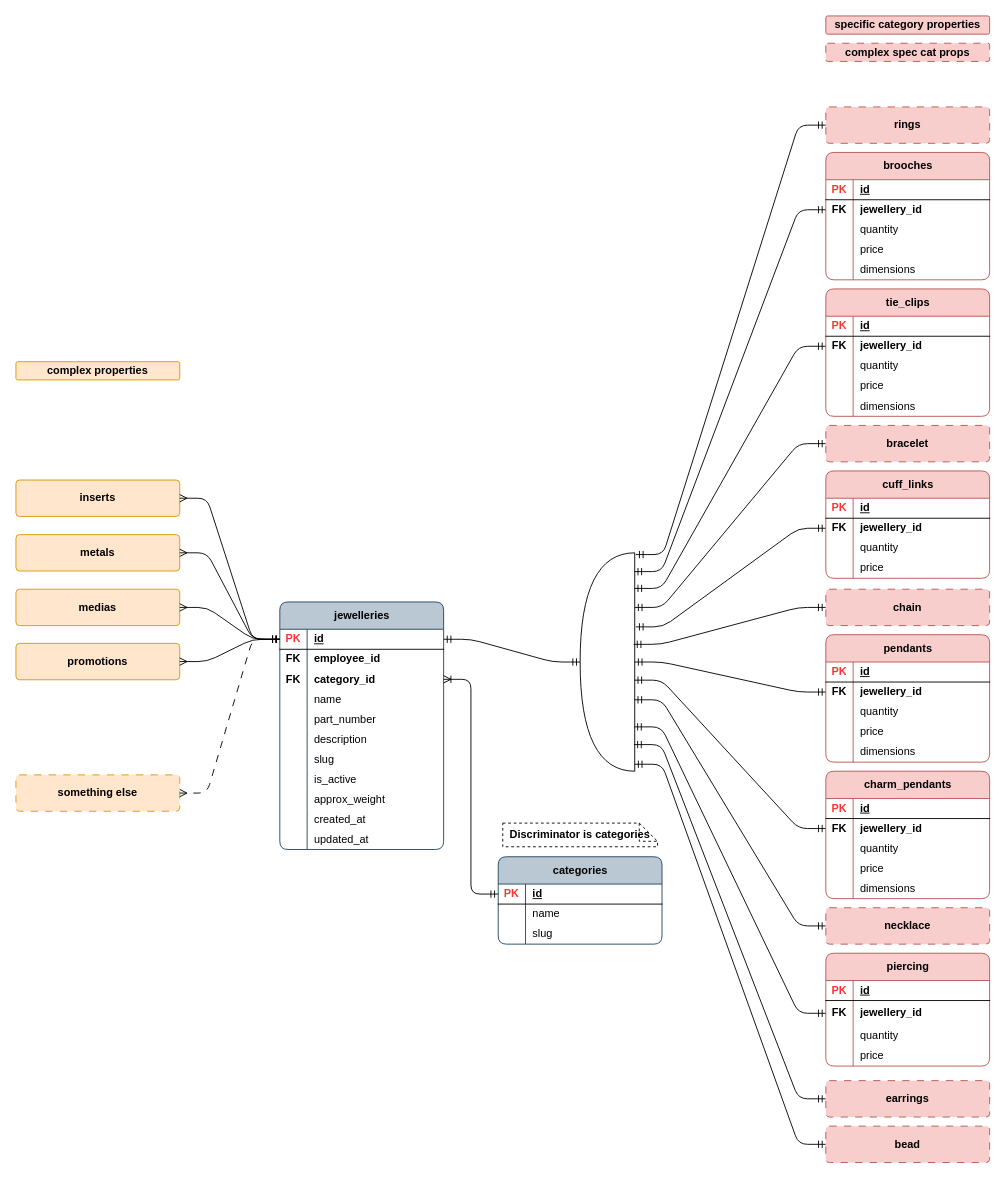
Earlier version of the draw.io diagram page "psql_jewellery" (1 of 14) of publisher/laravel-app/psql_jewellery_items.drawio (Local-development-environment/msg-brokers-publisher-consumer). Source tidied: cells renumbered, new cells numbered last; positions are measured from the earlier drawing's top-left corner, leaving out a move shared by most shapes. Both pictures are drawn from the tidied source at 91%, with x=0, y=0 at pixel (15, 15).
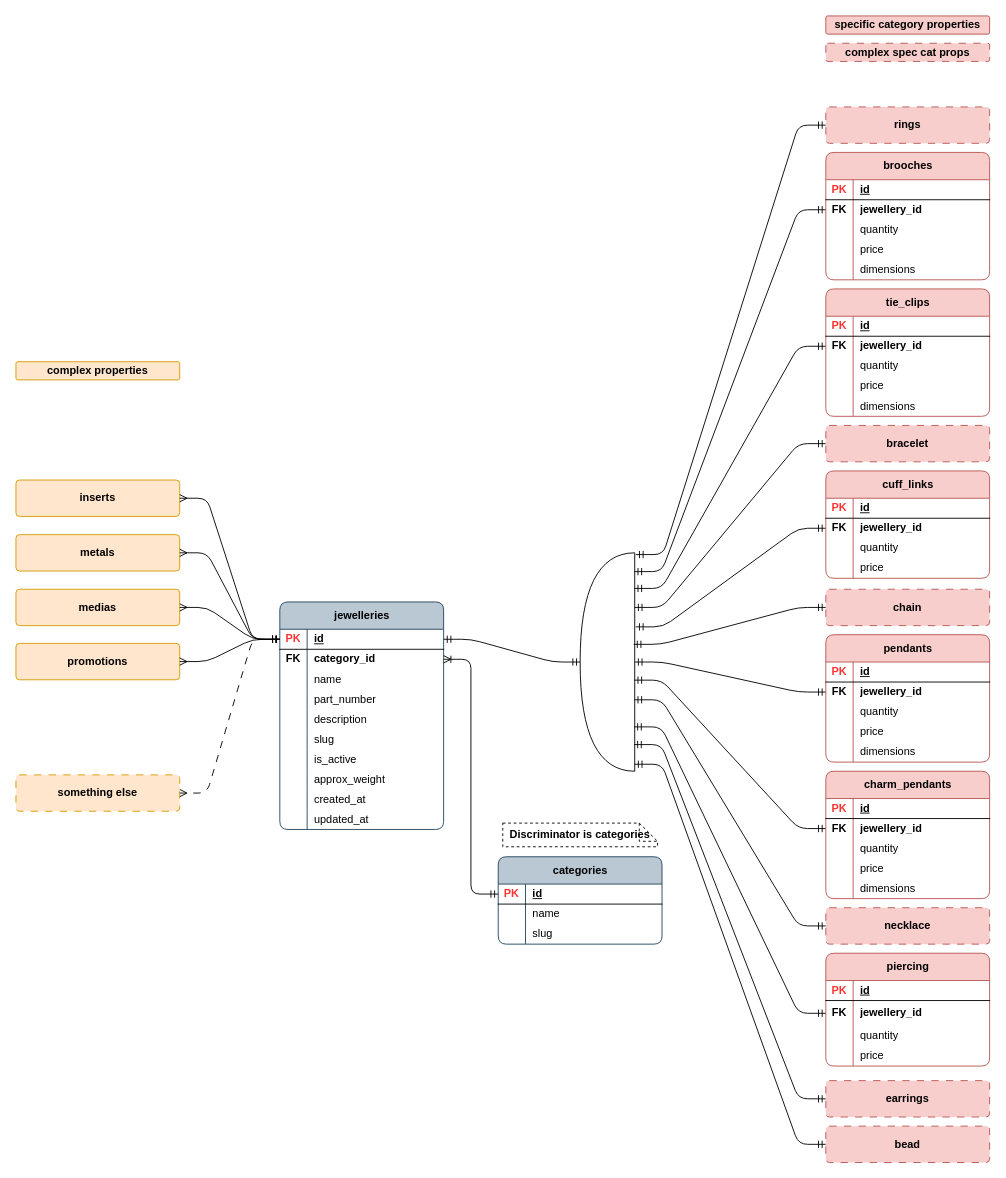
The same page after the edit.

Diff of the diagram source:
```diff
@@
     <mxCell id="2" value="jewelleries" style="shape=table;startSize=30;childLayout=tableLayout;rowLines=0;fontStyle=1;align=center;html=1;rounded=1;swimlaneFillColor=none;fillColor=#bac8d3;strokeColor=#23445d;columnLines=1;arcSize=10;" parent="1" vertex="1">
-      <mxGeometry x="290" y="644" width="180" height="272" as="geometry" />
+      <mxGeometry x="290" y="644" width="180" height="250" as="geometry" />
     </mxCell>
@@
-    <mxCell id="6" style="shape=tableRow;horizontal=0;startSize=0;swimlaneHead=0;swimlaneBody=0;fillColor=none;top=0;left=0;right=0;bottom=0;rounded=1;" parent="2" vertex="1">
-      <mxGeometry y="52" width="180" height="22" as="geometry" />
-    </mxCell>
-    <mxCell id="7" value="&lt;b&gt;FK&lt;/b&gt;" style="shape=partialRectangle;fillColor=none;top=0;left=0;bottom=0;right=0;overflow=hidden;whiteSpace=wrap;html=1;rounded=1;" parent="6" vertex="1">
-      <mxGeometry width="30" height="22" as="geometry" />
-    </mxCell>
-    <mxCell id="8" value="&lt;b&gt;employee_id&lt;/b&gt;" style="shape=partialRectangle;fillColor=none;top=0;left=0;bottom=0;right=0;align=left;spacingLeft=6;overflow=hidden;whiteSpace=wrap;html=1;rounded=1;" parent="6" vertex="1">
-      <mxGeometry x="30" width="150" height="22" as="geometry" />
-    </mxCell>
     <mxCell id="9" style="shape=tableRow;horizontal=0;startSize=0;swimlaneHead=0;swimlaneBody=0;fillColor=none;points=[[0,0.5],[1,0.5]];portConstraint=eastwest;top=0;left=0;right=0;bottom=0;rounded=1;" parent="2" vertex="1">
-      <mxGeometry y="74" width="180" height="22" as="geometry" />
+      <mxGeometry y="52" width="180" height="22" as="geometry" />
     </mxCell>
@@
     <mxCell id="12" style="shape=tableRow;horizontal=0;startSize=0;swimlaneHead=0;swimlaneBody=0;fillColor=none;top=0;left=0;right=0;bottom=0;rounded=1;" parent="2" vertex="1">
-      <mxGeometry y="96" width="180" height="22" as="geometry" />
+      <mxGeometry y="74" width="180" height="22" as="geometry" />
     </mxCell>
@@
     <mxCell id="15" style="shape=tableRow;horizontal=0;startSize=0;swimlaneHead=0;swimlaneBody=0;fillColor=none;top=0;left=0;right=0;bottom=0;rounded=1;" parent="2" vertex="1">
-      <mxGeometry y="118" width="180" height="22" as="geometry" />
+      <mxGeometry y="96" width="180" height="22" as="geometry" />
     </mxCell>
@@
     <mxCell id="18" style="shape=tableRow;horizontal=0;startSize=0;swimlaneHead=0;swimlaneBody=0;fillColor=none;top=0;left=0;right=0;bottom=0;rounded=1;" parent="2" vertex="1">
-      <mxGeometry y="140" width="180" height="22" as="geometry" />
+      <mxGeometry y="118" width="180" height="22" as="geometry" />
     </mxCell>
@@
     <mxCell id="21" style="shape=tableRow;horizontal=0;startSize=0;swimlaneHead=0;swimlaneBody=0;fillColor=none;top=0;left=0;right=0;bottom=0;rounded=1;" parent="2" vertex="1">
-      <mxGeometry y="162" width="180" height="22" as="geometry" />
+      <mxGeometry y="140" width="180" height="22" as="geometry" />
     </mxCell>
@@
     <mxCell id="24" style="shape=tableRow;horizontal=0;startSize=0;swimlaneHead=0;swimlaneBody=0;fillColor=none;top=0;left=0;right=0;bottom=0;rounded=1;" parent="2" vertex="1">
-      <mxGeometry y="184" width="180" height="22" as="geometry" />
+      <mxGeometry y="162" width="180" height="22" as="geometry" />
     </mxCell>
@@
     <mxCell id="27" style="shape=tableRow;horizontal=0;startSize=0;swimlaneHead=0;swimlaneBody=0;fillColor=none;top=0;left=0;right=0;bottom=0;rounded=1;" parent="2" vertex="1">
-      <mxGeometry y="206" width="180" height="22" as="geometry" />
+      <mxGeometry y="184" width="180" height="22" as="geometry" />
     </mxCell>
@@
     <mxCell id="30" style="shape=tableRow;horizontal=0;startSize=0;swimlaneHead=0;swimlaneBody=0;fillColor=none;top=0;left=0;right=0;bottom=0;rounded=1;" parent="2" vertex="1">
-      <mxGeometry y="228" width="180" height="22" as="geometry" />
+      <mxGeometry y="206" width="180" height="22" as="geometry" />
     </mxCell>
@@
     <mxCell id="33" style="shape=tableRow;horizontal=0;startSize=0;swimlaneHead=0;swimlaneBody=0;fillColor=none;top=0;left=0;right=0;bottom=0;rounded=1;" parent="2" vertex="1">
-      <mxGeometry y="250" width="180" height="22" as="geometry" />
+      <mxGeometry y="228" width="180" height="22" as="geometry" />
     </mxCell>
```
